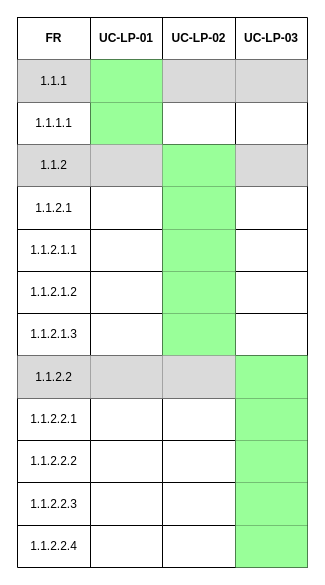
COS301-SE-2026/UMTAS keeps this draw.io diagram as page "FR1.1" (1 of 16) of docs/srs/Use_Cases/Traceability_Matrix/Traceability_Matrix.drawio. Above is the earlier version. Source tidied: cells renumbered, new cells numbered last; positions are measured from the earlier drawing's top-left corner, leaving out a move shared by most shapes. Both pictures are drawn from the tidied source at 100%, with x=0, y=0 at pixel (17, 17).
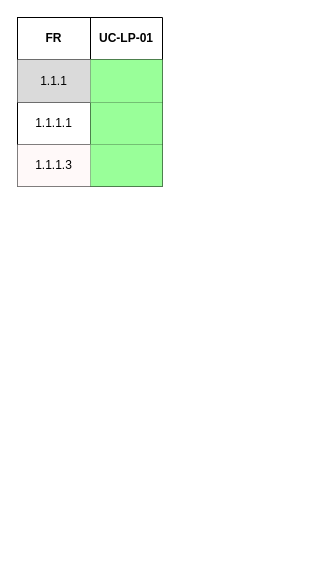
The same diagram, later.

The edit, as a diff of the source:
```diff
@@
     <mxCell id="2" style="shape=table;startSize=0;childLayout=tableLayout;strokeColor=default;" parent="1" vertex="1">
-      <mxGeometry width="290" height="550" as="geometry" />
+      <mxGeometry width="145" height="169" as="geometry" />
     </mxCell>
     <mxCell id="3" style="shape=tableRow;horizontal=0;startSize=0;swimlaneHead=0;swimlaneBody=0;strokeColor=inherit;top=0;left=0;bottom=0;right=0;fillColor=none;" parent="2" vertex="1">
-      <mxGeometry width="290" height="42" as="geometry" />
+      <mxGeometry width="145" height="42" as="geometry" />
     </mxCell>
@@
-    <mxCell id="6" value="&lt;span style=&quot;color: rgb(0, 0, 0);&quot;&gt;UC-LP-02&lt;/span&gt;" style="shape=partialRectangle;html=1;whiteSpace=wrap;strokeColor=inherit;overflow=hidden;fillColor=none;top=0;left=0;bottom=0;right=0;fontStyle=1;" parent="3" vertex="1">
-      <mxGeometry x="145" width="73" height="42" as="geometry" />
-    </mxCell>
-    <mxCell id="7" value="&lt;span style=&quot;color: rgb(0, 0, 0);&quot;&gt;UC-LP-03&lt;/span&gt;" style="shape=partialRectangle;html=1;whiteSpace=wrap;strokeColor=inherit;overflow=hidden;fillColor=none;top=0;left=0;bottom=0;right=0;fontStyle=1;" parent="3" vertex="1">
-      <mxGeometry x="218" width="72" height="42" as="geometry" />
-    </mxCell>
     <mxCell id="8" style="shape=tableRow;horizontal=0;startSize=0;swimlaneHead=0;swimlaneBody=0;strokeColor=inherit;top=0;left=0;bottom=0;right=0;fillColor=none;" parent="2" vertex="1">
-      <mxGeometry y="42" width="290" height="43" as="geometry" />
+      <mxGeometry y="42" width="145" height="43" as="geometry" />
     </mxCell>
@@
-    <mxCell id="11" style="shape=partialRectangle;html=1;whiteSpace=wrap;strokeColor=inherit;overflow=hidden;fillColor=#DADADA;top=0;left=0;bottom=0;right=0;" parent="8" vertex="1">
-      <mxGeometry x="145" width="73" height="43" as="geometry" />
-    </mxCell>
-    <mxCell id="12" style="shape=partialRectangle;html=1;whiteSpace=wrap;strokeColor=inherit;overflow=hidden;fillColor=#DADADA;top=0;left=0;bottom=0;right=0;" parent="8" vertex="1">
-      <mxGeometry x="218" width="72" height="43" as="geometry" />
-    </mxCell>
     <mxCell id="13" style="shape=tableRow;horizontal=0;startSize=0;swimlaneHead=0;swimlaneBody=0;strokeColor=inherit;top=0;left=0;bottom=0;right=0;fillColor=none;" parent="2" vertex="1">
-      <mxGeometry y="85" width="290" height="42" as="geometry" />
+      <mxGeometry y="85" width="145" height="42" as="geometry" />
     </mxCell>
@@
-    <mxCell id="16" style="shape=partialRectangle;html=1;whiteSpace=wrap;strokeColor=inherit;overflow=hidden;fillColor=none;top=0;left=0;bottom=0;right=0;" parent="13" vertex="1">
-      <mxGeometry x="145" width="73" height="42" as="geometry" />
-    </mxCell>
-    <mxCell id="17" style="shape=partialRectangle;html=1;whiteSpace=wrap;strokeColor=inherit;overflow=hidden;fillColor=none;top=0;left=0;bottom=0;right=0;" parent="13" vertex="1">
-      <mxGeometry x="218" width="72" height="42" as="geometry" />
-    </mxCell>
     <mxCell id="18" style="shape=tableRow;horizontal=0;startSize=0;swimlaneHead=0;swimlaneBody=0;strokeColor=inherit;top=0;left=0;bottom=0;right=0;fillColor=none;" parent="2" vertex="1">
-      <mxGeometry y="127" width="290" height="42" as="geometry" />
+      <mxGeometry y="127" width="145" height="42" as="geometry" />
     </mxCell>
-    <mxCell id="19" value="1.1.2" style="shape=partialRectangle;html=1;whiteSpace=wrap;strokeColor=inherit;overflow=hidden;fillColor=#DADADA;top=0;left=0;bottom=0;right=0;" parent="18" vertex="1">
+    <mxCell id="19" value="1.1.1.3" style="shape=partialRectangle;html=1;whiteSpace=wrap;strokeColor=inherit;overflow=hidden;fillColor=#FFF9F9;top=0;left=0;bottom=0;right=0;" parent="18" vertex="1">
       <mxGeometry width="73" height="42" as="geometry" />
     </mxCell>
-    <mxCell id="20" style="shape=partialRectangle;html=1;whiteSpace=wrap;strokeColor=inherit;overflow=hidden;fillColor=#DADADA;top=0;left=0;bottom=0;right=0;" parent="18" vertex="1">
+    <mxCell id="20" style="shape=partialRectangle;html=1;whiteSpace=wrap;strokeColor=inherit;overflow=hidden;fillColor=#99FF99;top=0;left=0;bottom=0;right=0;" parent="18" vertex="1">
       <mxGeometry x="73" width="72" height="42" as="geometry" />
     </mxCell>
-    <mxCell id="21" style="shape=partialRectangle;html=1;whiteSpace=wrap;strokeColor=inherit;overflow=hidden;fillColor=#99FF99;top=0;left=0;bottom=0;right=0;" parent="18" vertex="1">
-      <mxGeometry x="145" width="73" height="42" as="geometry" />
-    </mxCell>
-    <mxCell id="22" style="shape=partialRectangle;html=1;whiteSpace=wrap;strokeColor=inherit;overflow=hidden;fillColor=#DADADA;top=0;left=0;bottom=0;right=0;" parent="18" vertex="1">
-      <mxGeometry x="218" width="72" height="42" as="geometry" />
-    </mxCell>
-    <mxCell id="23" style="shape=tableRow;horizontal=0;startSize=0;swimlaneHead=0;swimlaneBody=0;strokeColor=inherit;top=0;left=0;bottom=0;right=0;fillColor=none;" parent="2" vertex="1">
-      <mxGeometry y="169" width="290" height="43" as="geometry" />
-    </mxCell>
-    <mxCell id="24" value="1.1.2.1" style="shape=partialRectangle;html=1;whiteSpace=wrap;strokeColor=inherit;overflow=hidden;fillColor=none;top=0;left=0;bottom=0;right=0;" parent="23" vertex="1">
-      <mxGeometry width="73" height="43" as="geometry" />
-    </mxCell>
-    <mxCell id="25" style="shape=partialRectangle;html=1;whiteSpace=wrap;strokeColor=inherit;overflow=hidden;fillColor=none;top=0;left=0;bottom=0;right=0;" parent="23" vertex="1">
-      <mxGeometry x="73" width="72" height="43" as="geometry" />
-    </mxCell>
-    <mxCell id="26" style="shape=partialRectangle;html=1;whiteSpace=wrap;strokeColor=inherit;overflow=hidden;fillColor=#99FF99;top=0;left=0;bottom=0;right=0;" parent="23" vertex="1">
-      <mxGeometry x="145" width="73" height="43" as="geometry" />
-    </mxCell>
-    <mxCell id="27" style="shape=partialRectangle;html=1;whiteSpace=wrap;strokeColor=inherit;overflow=hidden;fillColor=none;top=0;left=0;bottom=0;right=0;" parent="23" vertex="1">
-      <mxGeometry x="218" width="72" height="43" as="geometry" />
-    </mxCell>
-    <mxCell id="28" style="shape=tableRow;horizontal=0;startSize=0;swimlaneHead=0;swimlaneBody=0;strokeColor=inherit;top=0;left=0;bottom=0;right=0;fillColor=none;" parent="2" vertex="1">
-      <mxGeometry y="212" width="290" height="42" as="geometry" />
-    </mxCell>
-    <mxCell id="29" value="1.1.2.1.1" style="shape=partialRectangle;html=1;whiteSpace=wrap;strokeColor=inherit;overflow=hidden;fillColor=none;top=0;left=0;bottom=0;right=0;" parent="28" vertex="1">
-      <mxGeometry width="73" height="42" as="geometry" />
-    </mxCell>
-    <mxCell id="30" style="shape=partialRectangle;html=1;whiteSpace=wrap;strokeColor=inherit;overflow=hidden;fillColor=none;top=0;left=0;bottom=0;right=0;" parent="28" vertex="1">
-      <mxGeometry x="73" width="72" height="42" as="geometry" />
-    </mxCell>
-    <mxCell id="31" style="shape=partialRectangle;html=1;whiteSpace=wrap;strokeColor=inherit;overflow=hidden;fillColor=#99FF99;top=0;left=0;bottom=0;right=0;" parent="28" vertex="1">
-      <mxGeometry x="145" width="73" height="42" as="geometry" />
-    </mxCell>
-    <mxCell id="32" style="shape=partialRectangle;html=1;whiteSpace=wrap;strokeColor=inherit;overflow=hidden;fillColor=none;top=0;left=0;bottom=0;right=0;" parent="28" vertex="1">
-      <mxGeometry x="218" width="72" height="42" as="geometry" />
-    </mxCell>
-    <mxCell id="33" style="shape=tableRow;horizontal=0;startSize=0;swimlaneHead=0;swimlaneBody=0;strokeColor=inherit;top=0;left=0;bottom=0;right=0;fillColor=none;" parent="2" vertex="1">
-      <mxGeometry y="254" width="290" height="42" as="geometry" />
-    </mxCell>
-    <mxCell id="34" value="1.1.2.1.2" style="shape=partialRectangle;html=1;whiteSpace=wrap;strokeColor=inherit;overflow=hidden;fillColor=none;top=0;left=0;bottom=0;right=0;" parent="33" vertex="1">
-      <mxGeometry width="73" height="42" as="geometry" />
-    </mxCell>
-    <mxCell id="35" style="shape=partialRectangle;html=1;whiteSpace=wrap;strokeColor=inherit;overflow=hidden;fillColor=none;top=0;left=0;bottom=0;right=0;" parent="33" vertex="1">
-      <mxGeometry x="73" width="72" height="42" as="geometry" />
-    </mxCell>
-    <mxCell id="36" style="shape=partialRectangle;html=1;whiteSpace=wrap;strokeColor=inherit;overflow=hidden;fillColor=#99FF99;top=0;left=0;bottom=0;right=0;" parent="33" vertex="1">
-      <mxGeometry x="145" width="73" height="42" as="geometry" />
-    </mxCell>
-    <mxCell id="37" style="shape=partialRectangle;html=1;whiteSpace=wrap;strokeColor=inherit;overflow=hidden;fillColor=none;top=0;left=0;bottom=0;right=0;" parent="33" vertex="1">
-      <mxGeometry x="218" width="72" height="42" as="geometry" />
-    </mxCell>
-    <mxCell id="38" style="shape=tableRow;horizontal=0;startSize=0;swimlaneHead=0;swimlaneBody=0;strokeColor=inherit;top=0;left=0;bottom=0;right=0;fillColor=none;" parent="2" vertex="1">
-      <mxGeometry y="296" width="290" height="42" as="geometry" />
-    </mxCell>
-    <mxCell id="39" value="1.1.2.1.3" style="shape=partialRectangle;html=1;whiteSpace=wrap;strokeColor=inherit;overflow=hidden;fillColor=none;top=0;left=0;bottom=0;right=0;" parent="38" vertex="1">
-      <mxGeometry width="73" height="42" as="geometry" />
-    </mxCell>
-    <mxCell id="40" style="shape=partialRectangle;html=1;whiteSpace=wrap;strokeColor=inherit;overflow=hidden;fillColor=none;top=0;left=0;bottom=0;right=0;" parent="38" vertex="1">
-      <mxGeometry x="73" width="72" height="42" as="geometry" />
-    </mxCell>
-    <mxCell id="41" style="shape=partialRectangle;html=1;whiteSpace=wrap;strokeColor=inherit;overflow=hidden;fillColor=#99FF99;top=0;left=0;bottom=0;right=0;" parent="38" vertex="1">
-      <mxGeometry x="145" width="73" height="42" as="geometry" />
-    </mxCell>
-    <mxCell id="42" style="shape=partialRectangle;html=1;whiteSpace=wrap;strokeColor=inherit;overflow=hidden;fillColor=none;top=0;left=0;bottom=0;right=0;" parent="38" vertex="1">
-      <mxGeometry x="218" width="72" height="42" as="geometry" />
-    </mxCell>
-    <mxCell id="43" style="shape=tableRow;horizontal=0;startSize=0;swimlaneHead=0;swimlaneBody=0;strokeColor=inherit;top=0;left=0;bottom=0;right=0;fillColor=none;" parent="2" vertex="1">
-      <mxGeometry y="338" width="290" height="43" as="geometry" />
-    </mxCell>
-    <mxCell id="44" value="1.1.2.2" style="shape=partialRectangle;html=1;whiteSpace=wrap;strokeColor=inherit;overflow=hidden;fillColor=#DADADA;top=0;left=0;bottom=0;right=0;" parent="43" vertex="1">
-      <mxGeometry width="73" height="43" as="geometry" />
-    </mxCell>
-    <mxCell id="45" style="shape=partialRectangle;html=1;whiteSpace=wrap;strokeColor=inherit;overflow=hidden;fillColor=#DADADA;top=0;left=0;bottom=0;right=0;" parent="43" vertex="1">
-      <mxGeometry x="73" width="72" height="43" as="geometry" />
-    </mxCell>
-    <mxCell id="46" style="shape=partialRectangle;html=1;whiteSpace=wrap;strokeColor=inherit;overflow=hidden;fillColor=#DADADA;top=0;left=0;bottom=0;right=0;" parent="43" vertex="1">
-      <mxGeometry x="145" width="73" height="43" as="geometry" />
-    </mxCell>
-    <mxCell id="47" style="shape=partialRectangle;html=1;whiteSpace=wrap;strokeColor=inherit;overflow=hidden;fillColor=#99FF99;top=0;left=0;bottom=0;right=0;" parent="43" vertex="1">
-      <mxGeometry x="218" width="72" height="43" as="geometry" />
-    </mxCell>
-    <mxCell id="48" style="shape=tableRow;horizontal=0;startSize=0;swimlaneHead=0;swimlaneBody=0;strokeColor=inherit;top=0;left=0;bottom=0;right=0;fillColor=none;" parent="2" vertex="1">
-      <mxGeometry y="381" width="290" height="42" as="geometry" />
-    </mxCell>
-    <mxCell id="49" value="1.1.2.2.1" style="shape=partialRectangle;html=1;whiteSpace=wrap;strokeColor=inherit;overflow=hidden;fillColor=none;top=0;left=0;bottom=0;right=0;" parent="48" vertex="1">
-      <mxGeometry width="73" height="42" as="geometry" />
-    </mxCell>
-    <mxCell id="50" style="shape=partialRectangle;html=1;whiteSpace=wrap;strokeColor=inherit;overflow=hidden;fillColor=none;top=0;left=0;bottom=0;right=0;" parent="48" vertex="1">
-      <mxGeometry x="73" width="72" height="42" as="geometry" />
-    </mxCell>
-    <mxCell id="51" style="shape=partialRectangle;html=1;whiteSpace=wrap;strokeColor=inherit;overflow=hidden;fillColor=none;top=0;left=0;bottom=0;right=0;" parent="48" vertex="1">
-      <mxGeometry x="145" width="73" height="42" as="geometry" />
-    </mxCell>
-    <mxCell id="52" style="shape=partialRectangle;html=1;whiteSpace=wrap;strokeColor=inherit;overflow=hidden;fillColor=#99FF99;top=0;left=0;bottom=0;right=0;" parent="48" vertex="1">
-      <mxGeometry x="218" width="72" height="42" as="geometry" />
-    </mxCell>
-    <mxCell id="53" style="shape=tableRow;horizontal=0;startSize=0;swimlaneHead=0;swimlaneBody=0;strokeColor=inherit;top=0;left=0;bottom=0;right=0;fillColor=none;" parent="2" vertex="1">
-      <mxGeometry y="423" width="290" height="42" as="geometry" />
-    </mxCell>
-    <mxCell id="54" value="1.1.2.2.2" style="shape=partialRectangle;html=1;whiteSpace=wrap;strokeColor=inherit;overflow=hidden;fillColor=none;top=0;left=0;bottom=0;right=0;" parent="53" vertex="1">
-      <mxGeometry width="73" height="42" as="geometry" />
-    </mxCell>
-    <mxCell id="55" style="shape=partialRectangle;html=1;whiteSpace=wrap;strokeColor=inherit;overflow=hidden;fillColor=none;top=0;left=0;bottom=0;right=0;" parent="53" vertex="1">
-      <mxGeometry x="73" width="72" height="42" as="geometry" />
-    </mxCell>
-    <mxCell id="56" style="shape=partialRectangle;html=1;whiteSpace=wrap;strokeColor=inherit;overflow=hidden;fillColor=none;top=0;left=0;bottom=0;right=0;" parent="53" vertex="1">
-      <mxGeometry x="145" width="73" height="42" as="geometry" />
-    </mxCell>
-    <mxCell id="57" style="shape=partialRectangle;html=1;whiteSpace=wrap;strokeColor=inherit;overflow=hidden;fillColor=#99FF99;top=0;left=0;bottom=0;right=0;" parent="53" vertex="1">
-      <mxGeometry x="218" width="72" height="42" as="geometry" />
-    </mxCell>
-    <mxCell id="58" style="shape=tableRow;horizontal=0;startSize=0;swimlaneHead=0;swimlaneBody=0;strokeColor=inherit;top=0;left=0;bottom=0;right=0;fillColor=none;" parent="2" vertex="1">
-      <mxGeometry y="465" width="290" height="43" as="geometry" />
-    </mxCell>
-    <mxCell id="59" value="1.1.2.2.3" style="shape=partialRectangle;html=1;whiteSpace=wrap;strokeColor=inherit;overflow=hidden;fillColor=none;top=0;left=0;bottom=0;right=0;" parent="58" vertex="1">
-      <mxGeometry width="73" height="43" as="geometry" />
-    </mxCell>
-    <mxCell id="60" style="shape=partialRectangle;html=1;whiteSpace=wrap;strokeColor=inherit;overflow=hidden;fillColor=none;top=0;left=0;bottom=0;right=0;" parent="58" vertex="1">
-      <mxGeometry x="73" width="72" height="43" as="geometry" />
-    </mxCell>
-    <mxCell id="61" style="shape=partialRectangle;html=1;whiteSpace=wrap;strokeColor=inherit;overflow=hidden;fillColor=none;top=0;left=0;bottom=0;right=0;" parent="58" vertex="1">
-      <mxGeometry x="145" width="73" height="43" as="geometry" />
-    </mxCell>
-    <mxCell id="62" style="shape=partialRectangle;html=1;whiteSpace=wrap;strokeColor=inherit;overflow=hidden;fillColor=#99FF99;top=0;left=0;bottom=0;right=0;" parent="58" vertex="1">
-      <mxGeometry x="218" width="72" height="43" as="geometry" />
-    </mxCell>
-    <mxCell id="63" style="shape=tableRow;horizontal=0;startSize=0;swimlaneHead=0;swimlaneBody=0;strokeColor=inherit;top=0;left=0;bottom=0;right=0;fillColor=none;" parent="2" vertex="1">
-      <mxGeometry y="508" width="290" height="42" as="geometry" />
-    </mxCell>
-    <mxCell id="64" value="1.1.2.2.4" style="shape=partialRectangle;html=1;whiteSpace=wrap;strokeColor=inherit;overflow=hidden;fillColor=none;top=0;left=0;bottom=0;right=0;" parent="63" vertex="1">
-      <mxGeometry width="73" height="42" as="geometry" />
-    </mxCell>
-    <mxCell id="65" style="shape=partialRectangle;html=1;whiteSpace=wrap;strokeColor=inherit;overflow=hidden;fillColor=none;top=0;left=0;bottom=0;right=0;" parent="63" vertex="1">
-      <mxGeometry x="73" width="72" height="42" as="geometry" />
-    </mxCell>
-    <mxCell id="66" style="shape=partialRectangle;html=1;whiteSpace=wrap;strokeColor=inherit;overflow=hidden;fillColor=none;top=0;left=0;bottom=0;right=0;" parent="63" vertex="1">
-      <mxGeometry x="145" width="73" height="42" as="geometry" />
-    </mxCell>
-    <mxCell id="67" style="shape=partialRectangle;html=1;whiteSpace=wrap;strokeColor=inherit;overflow=hidden;fillColor=#99FF99;top=0;left=0;bottom=0;right=0;" parent="63" vertex="1">
-      <mxGeometry x="218" width="72" height="42" as="geometry" />
-    </mxCell>
```
